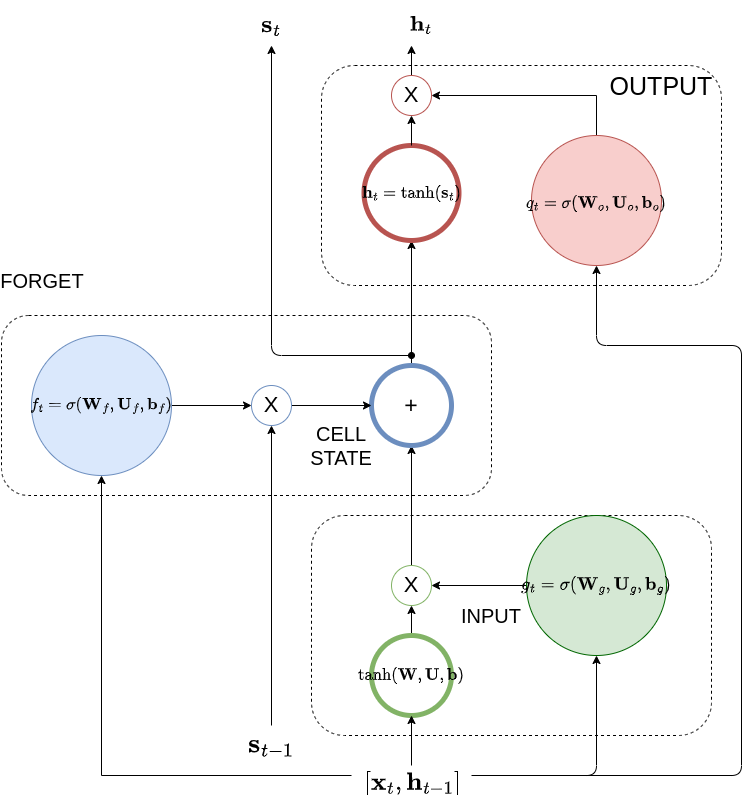
This is lectures/rnn/lstm/images/lstm.png from pantelis/aiml-common, a draw.io export, as it was before one commit. Source tidied: cells renumbered, new cells last; positions are measured from the earlier drawing's top-left corner, leaving out a move shared by most shapes. The source it was exported from:
```xml
<mxGraphModel math="1">
  <root>
    <mxCell id="0" />
    <mxCell id="1" parent="0" />
    <mxCell id="2" style="rounded=1;whiteSpace=wrap;html=1;fontSize=25;fillColor=none;dashed=1;" parent="1" vertex="1">
      <mxGeometry x="310" y="500" width="400" height="220" as="geometry" />
    </mxCell>
    <mxCell id="3" style="rounded=1;whiteSpace=wrap;html=1;fontSize=25;fillColor=none;dashed=1;" parent="1" vertex="1">
      <mxGeometry x="320" y="50" width="400" height="220" as="geometry" />
    </mxCell>
    <mxCell id="4" style="rounded=1;whiteSpace=wrap;html=1;fontSize=25;fillColor=none;dashed=1;" parent="1" vertex="1">
      <mxGeometry y="300" width="490" height="180" as="geometry" />
    </mxCell>
    <mxCell id="5" style="edgeStyle=orthogonalEdgeStyle;rounded=0;jettySize=auto;html=1;startArrow=none;startFill=0;strokeColor=#000000;fontSize=14;" parent="1" edge="1" source="7" target="9">
      <mxGeometry relative="1" as="geometry" />
    </mxCell>
    <mxCell id="6" style="edgeStyle=orthogonalEdgeStyle;rounded=0;jettySize=auto;html=1;entryX=0.5;entryY=1;entryDx=0;entryDy=0;startArrow=none;startFill=0;strokeColor=#000000;fontSize=14;" parent="1" edge="1" target="18">
      <mxGeometry relative="1" as="geometry">
        <mxPoint x="350" y="760" as="sourcePoint" />
      </mxGeometry>
    </mxCell>
    <mxCell id="7" value="$$\tanh(\mathbf W, \mathbf U, \mathbf b)$$" style="ellipse;whiteSpace=wrap;html=1;fontSize=14;fillColor=none;strokeColor=#82b366;strokeWidth=5;" parent="1" vertex="1">
      <mxGeometry x="370" y="620" width="80" height="80" as="geometry" />
    </mxCell>
    <mxCell id="8" style="edgeStyle=orthogonalEdgeStyle;rounded=0;jettySize=auto;html=1;startArrow=none;startFill=0;strokeColor=#000000;fontSize=14;" parent="1" edge="1" source="9" target="16">
      <mxGeometry relative="1" as="geometry" />
    </mxCell>
    <mxCell id="9" value="X" style="ellipse;whiteSpace=wrap;html=1;fontSize=22;fillColor=none;strokeColor=#82b366;" parent="1" vertex="1">
      <mxGeometry x="390" y="550" width="40" height="40" as="geometry" />
    </mxCell>
    <mxCell id="10" style="edgeStyle=orthogonalEdgeStyle;rounded=0;jettySize=auto;html=1;entryX=1;entryY=0.5;entryDx=0;entryDy=0;startArrow=none;startFill=0;strokeColor=#000000;fontSize=14;" parent="1" edge="1" source="11" target="9">
      <mxGeometry relative="1" as="geometry" />
    </mxCell>
    <mxCell id="11" value="&lt;span style=&quot;font-size: 15px;&quot;&gt;$$g_t=\sigma(\mathbf W_g, \mathbf U_g, \mathbf b_g)$$&lt;/span&gt;" style="ellipse;whiteSpace=wrap;html=1;fontSize=15;fillColor=#d5e8d4;strokeColor=#006600;strokeWidth=1;" parent="1" vertex="1">
      <mxGeometry x="525" y="500" width="140" height="140" as="geometry" />
    </mxCell>
    <mxCell id="12" style="edgeStyle=orthogonalEdgeStyle;rounded=0;jettySize=auto;html=1;exitX=0.5;exitY=0;exitDx=0;exitDy=0;startArrow=none;startFill=0;strokeColor=#000000;fontSize=14;" parent="1" edge="1" source="34">
      <mxGeometry relative="1" as="geometry">
        <mxPoint x="410" y="30" as="targetPoint" />
      </mxGeometry>
    </mxCell>
    <mxCell id="13" style="edgeStyle=orthogonalEdgeStyle;rounded=0;jettySize=auto;html=1;entryX=1;entryY=0.5;entryDx=0;entryDy=0;startArrow=none;startFill=0;strokeColor=#000000;fontSize=14;exitX=0.5;exitY=0;exitDx=0;exitDy=0;" parent="1" edge="1" source="14" target="34">
      <mxGeometry relative="1" as="geometry">
        <Array as="points">
          <mxPoint x="595" y="80" />
        </Array>
      </mxGeometry>
    </mxCell>
    <mxCell id="14" value="&lt;span style=&quot;font-size: 14px ; white-space: normal&quot;&gt;$$q_t=\sigma(\mathbf W_o, \mathbf U_o, \mathbf b_o)$$&lt;/span&gt;" style="ellipse;whiteSpace=wrap;html=1;fontSize=23;fillColor=#f8cecc;strokeColor=#b85450;" parent="1" vertex="1">
      <mxGeometry x="530" y="120" width="130" height="130" as="geometry" />
    </mxCell>
    <mxCell id="15" style="edgeStyle=orthogonalEdgeStyle;rounded=0;jettySize=auto;html=1;startArrow=none;startFill=0;endArrow=classic;endFill=1;strokeColor=#000000;fontSize=14;entryX=0.5;entryY=1;entryDx=0;entryDy=0;exitX=0.5;exitY=0;exitDx=0;exitDy=0;" parent="1" edge="1" source="16" target="19">
      <mxGeometry relative="1" as="geometry" />
    </mxCell>
    <mxCell id="16" value="+" style="ellipse;whiteSpace=wrap;html=1;fontSize=23;fillColor=none;strokeColor=#6c8ebf;strokeWidth=5;" parent="1" vertex="1">
      <mxGeometry x="370" y="350" width="80" height="80" as="geometry" />
    </mxCell>
    <mxCell id="17" style="edgeStyle=orthogonalEdgeStyle;rounded=0;jettySize=auto;html=1;entryX=0;entryY=0.5;entryDx=0;entryDy=0;startArrow=none;startFill=0;strokeColor=#000000;fontSize=14;" parent="1" edge="1" source="18" target="21">
      <mxGeometry relative="1" as="geometry" />
    </mxCell>
    <mxCell id="18" value="$$f_t=\sigma(\mathbf W_f, \mathbf U_f, \mathbf b_f)$$" style="ellipse;whiteSpace=wrap;html=1;fontSize=14;fillColor=#dae8fc;strokeColor=#6c8ebf;" parent="1" vertex="1">
      <mxGeometry x="30" y="320" width="140" height="140" as="geometry" />
    </mxCell>
    <mxCell id="19" value="$$\mathbf h_t=\tanh(\mathbf s_t)$$" style="ellipse;whiteSpace=wrap;html=1;fontSize=14;fillColor=none;strokeColor=#b85450;strokeWidth=5;" parent="1" vertex="1">
      <mxGeometry x="362.5" y="130" width="95" height="95" as="geometry" />
    </mxCell>
    <mxCell id="20" style="edgeStyle=orthogonalEdgeStyle;rounded=0;jettySize=auto;html=1;entryX=0;entryY=0.5;entryDx=0;entryDy=0;startArrow=none;startFill=0;strokeColor=#000000;fontSize=14;" parent="1" edge="1" source="21" target="16">
      <mxGeometry relative="1" as="geometry" />
    </mxCell>
    <mxCell id="21" value="X" style="ellipse;whiteSpace=wrap;html=1;fontSize=22;fillColor=none;strokeColor=#6c8ebf;" parent="1" vertex="1">
      <mxGeometry x="250" y="370" width="40" height="40" as="geometry" />
    </mxCell>
    <mxCell id="22" style="endArrow=classic;html=1;strokeColor=#000000;fontSize=14;entryX=0.5;entryY=1;entryDx=0;entryDy=0;" parent="1" edge="1" target="7">
      <mxGeometry relative="1" as="geometry">
        <mxPoint x="410" y="750" as="sourcePoint" />
      </mxGeometry>
    </mxCell>
    <mxCell id="23" value="$$[\mathbf x_t, \mathbf h_{t-1}]$$" style="text;html=1;align=center;verticalAlign=middle;labelBackgroundColor=#ffffff;fontSize=21;" parent="22" vertex="1">
      <mxGeometry x="-0.49" y="2" relative="1" as="geometry">
        <mxPoint x="2" y="30" as="offset" />
      </mxGeometry>
    </mxCell>
    <mxCell id="24" style="endArrow=classic;html=1;strokeColor=#000000;fontSize=14;edgeStyle=orthogonalEdgeStyle;entryX=0.5;entryY=1;entryDx=0;entryDy=0;" parent="1" edge="1" target="14">
      <mxGeometry relative="1" as="geometry">
        <mxPoint x="470" y="760" as="sourcePoint" />
        <Array as="points">
          <mxPoint x="740" y="760" />
          <mxPoint x="740" y="330" />
          <mxPoint x="595" y="330" />
        </Array>
      </mxGeometry>
    </mxCell>
    <mxCell id="25" style="endArrow=classic;html=1;strokeColor=#000000;fontSize=14;entryX=0.5;entryY=1;entryDx=0;entryDy=0;" parent="1" edge="1" target="21">
      <mxGeometry relative="1" as="geometry">
        <mxPoint x="270" y="660" as="sourcePoint" />
      </mxGeometry>
    </mxCell>
    <mxCell id="26" style="endArrow=none;html=1;strokeColor=#000000;fontSize=14;endFill=0;" parent="1" edge="1">
      <mxGeometry relative="1" as="geometry">
        <mxPoint x="270" y="710" as="sourcePoint" />
        <mxPoint x="270" y="650" as="targetPoint" />
      </mxGeometry>
    </mxCell>
    <mxCell id="27" value="$$\mathbf s_{t-1}$$" style="text;html=1;strokeColor=none;fillColor=none;align=center;verticalAlign=middle;whiteSpace=wrap;rounded=0;fontSize=23;" parent="1" vertex="1">
      <mxGeometry x="250" y="720" width="40" height="20" as="geometry" />
    </mxCell>
    <mxCell id="28" style="endArrow=classic;html=1;strokeColor=#000000;fontSize=23;edgeStyle=orthogonalEdgeStyle;startArrow=oval;startFill=1;" parent="1" edge="1">
      <mxGeometry relative="1" as="geometry">
        <mxPoint x="410" y="340" as="sourcePoint" />
        <mxPoint x="270" y="30" as="targetPoint" />
      </mxGeometry>
    </mxCell>
    <mxCell id="29" value="$$\mathbf s_t$$" style="text;html=1;strokeColor=none;fillColor=none;align=center;verticalAlign=middle;whiteSpace=wrap;rounded=0;fontSize=21;" parent="1" vertex="1">
      <mxGeometry x="250" width="40" height="20" as="geometry" />
    </mxCell>
    <mxCell id="30" value="INPUT" style="text;html=1;strokeColor=none;fillColor=none;align=center;verticalAlign=middle;whiteSpace=wrap;rounded=0;fontSize=20;" parent="1" vertex="1">
      <mxGeometry x="470" y="590" width="40" height="20" as="geometry" />
    </mxCell>
    <mxCell id="31" value="OUTPUT" style="text;html=1;strokeColor=none;fillColor=none;align=center;verticalAlign=middle;whiteSpace=wrap;rounded=0;fontSize=25;" parent="1" vertex="1">
      <mxGeometry x="640" y="60" width="40" height="20" as="geometry" />
    </mxCell>
    <mxCell id="32" value="CELL STATE" style="text;html=1;strokeColor=none;fillColor=none;align=center;verticalAlign=middle;whiteSpace=wrap;rounded=0;fontSize=20;" parent="1" vertex="1">
      <mxGeometry x="320" y="420" width="40" height="20" as="geometry" />
    </mxCell>
    <mxCell id="33" style="endArrow=classic;html=1;strokeColor=#000000;fontSize=14;entryX=0.5;entryY=1;entryDx=0;entryDy=0;edgeStyle=orthogonalEdgeStyle;" parent="1" edge="1" target="11">
      <mxGeometry relative="1" as="geometry">
        <mxPoint x="480" y="760" as="sourcePoint" />
        <Array as="points">
          <mxPoint x="595" y="760" />
        </Array>
      </mxGeometry>
    </mxCell>
    <mxCell id="34" value="X" style="ellipse;whiteSpace=wrap;html=1;fontSize=22;fillColor=none;strokeColor=#b85450;" parent="1" vertex="1">
      <mxGeometry x="390" y="60" width="40" height="40" as="geometry" />
    </mxCell>
    <mxCell id="35" style="edgeStyle=orthogonalEdgeStyle;rounded=0;jettySize=auto;html=1;exitX=0.5;exitY=0;exitDx=0;exitDy=0;startArrow=none;startFill=0;strokeColor=#000000;fontSize=14;" parent="1" edge="1" source="19" target="34">
      <mxGeometry relative="1" as="geometry" />
    </mxCell>
    <mxCell id="36" value="$$\mathbf h_t$$" style="text;html=1;strokeColor=none;fillColor=none;align=center;verticalAlign=middle;whiteSpace=wrap;rounded=0;dashed=1;fontSize=18;" parent="1" vertex="1">
      <mxGeometry x="400" width="40" height="20" as="geometry" />
    </mxCell>
    <mxCell id="37" value="FORGET" style="text;html=1;strokeColor=none;fillColor=none;align=center;verticalAlign=middle;whiteSpace=wrap;rounded=0;fontSize=20;rotation=0;" parent="1" vertex="1">
      <mxGeometry x="40" y="260" height="10" as="geometry" />
    </mxCell>
  </root>
</mxGraphModel>
```
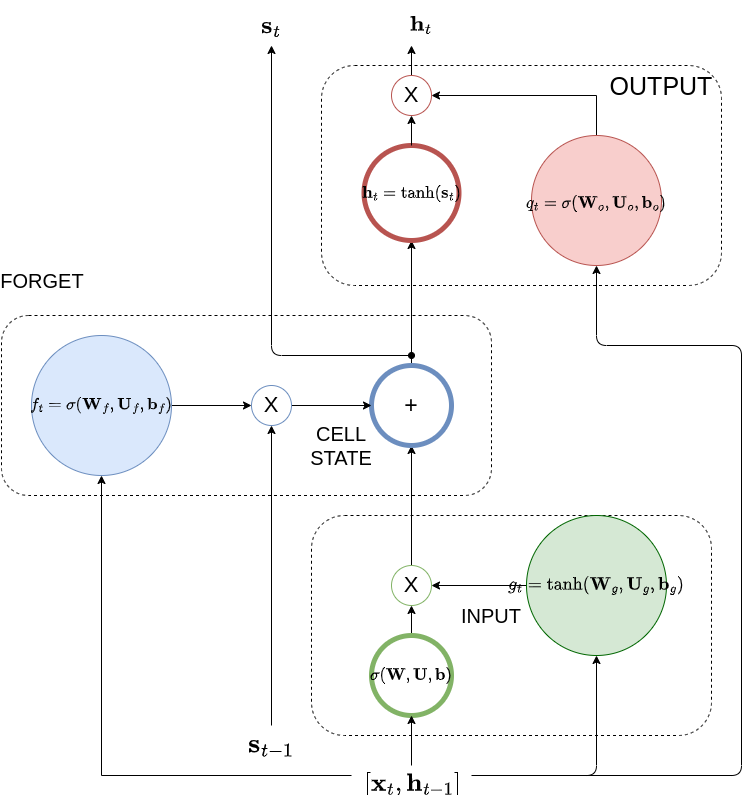
Later version of the same file.

What changed in the source:
```diff
@@ -19,7 +19,7 @@
         <mxPoint x="350" y="760" as="sourcePoint" />
       </mxGeometry>
     </mxCell>
-    <mxCell id="7" value="$$\tanh(\mathbf W, \mathbf U, \mathbf b)$$" style="ellipse;whiteSpace=wrap;html=1;fontSize=14;fillColor=none;strokeColor=#82b366;strokeWidth=5;" parent="1" vertex="1">
+    <mxCell id="7" value="$$\sigma(\mathbf W, \mathbf U, \mathbf b)$$" style="ellipse;whiteSpace=wrap;html=1;fontSize=14;fillColor=none;strokeColor=#82b366;strokeWidth=5;" parent="1" vertex="1">
       <mxGeometry x="370" y="620" width="80" height="80" as="geometry" />
     </mxCell>
     <mxCell id="8" style="edgeStyle=orthogonalEdgeStyle;rounded=0;jettySize=auto;html=1;startArrow=none;startFill=0;strokeColor=#000000;fontSize=14;" parent="1" edge="1" source="9" target="16">
@@ -31,7 +31,7 @@
     <mxCell id="10" style="edgeStyle=orthogonalEdgeStyle;rounded=0;jettySize=auto;html=1;entryX=1;entryY=0.5;entryDx=0;entryDy=0;startArrow=none;startFill=0;strokeColor=#000000;fontSize=14;" parent="1" edge="1" source="11" target="9">
       <mxGeometry relative="1" as="geometry" />
     </mxCell>
-    <mxCell id="11" value="&lt;span style=&quot;font-size: 15px;&quot;&gt;$$g_t=\sigma(\mathbf W_g, \mathbf U_g, \mathbf b_g)$$&lt;/span&gt;" style="ellipse;whiteSpace=wrap;html=1;fontSize=15;fillColor=#d5e8d4;strokeColor=#006600;strokeWidth=1;" parent="1" vertex="1">
+    <mxCell id="11" value="&lt;span style=&quot;font-size: 15px;&quot;&gt;$$g_t=\tanh(\mathbf W_g, \mathbf U_g, \mathbf b_g)$$&lt;/span&gt;" style="ellipse;whiteSpace=wrap;html=1;fontSize=15;fillColor=#d5e8d4;strokeColor=#006600;strokeWidth=1;" parent="1" vertex="1">
       <mxGeometry x="525" y="500" width="140" height="140" as="geometry" />
     </mxCell>
     <mxCell id="12" style="edgeStyle=orthogonalEdgeStyle;rounded=0;jettySize=auto;html=1;exitX=0.5;exitY=0;exitDx=0;exitDy=0;startArrow=none;startFill=0;strokeColor=#000000;fontSize=14;" parent="1" edge="1" source="34">
```
